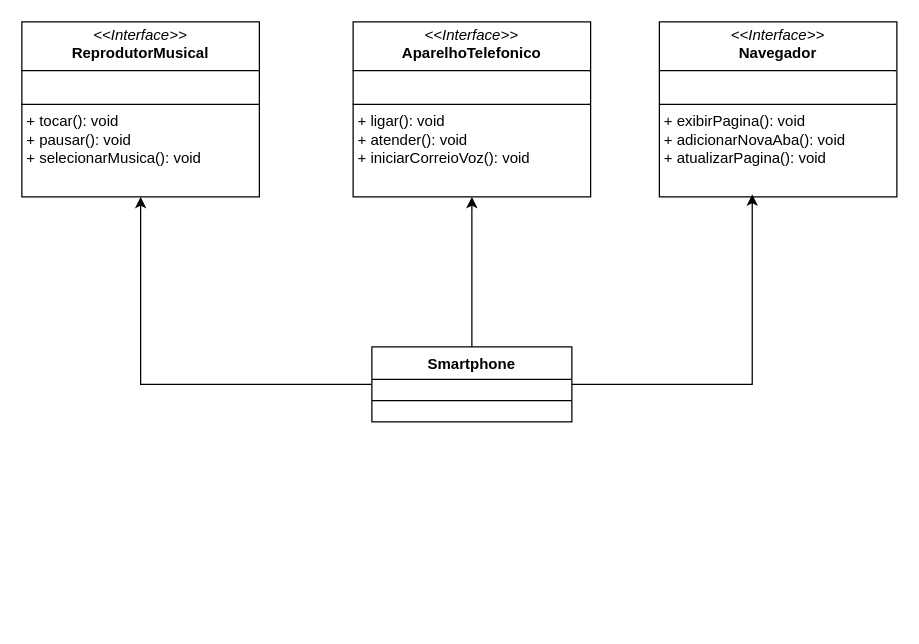
Before: Desafio_DIO.drawio in Deborah-Baliellas/desafio_DIO_iphone, a draw.io diagram. Source tidied: cells renumbered, new cells numbered last; positions are measured from the earlier drawing's top-left corner, leaving out a move shared by most shapes. Both pictures are drawn from the tidied source at 125%, with x=0, y=0 at pixel (21, 21).
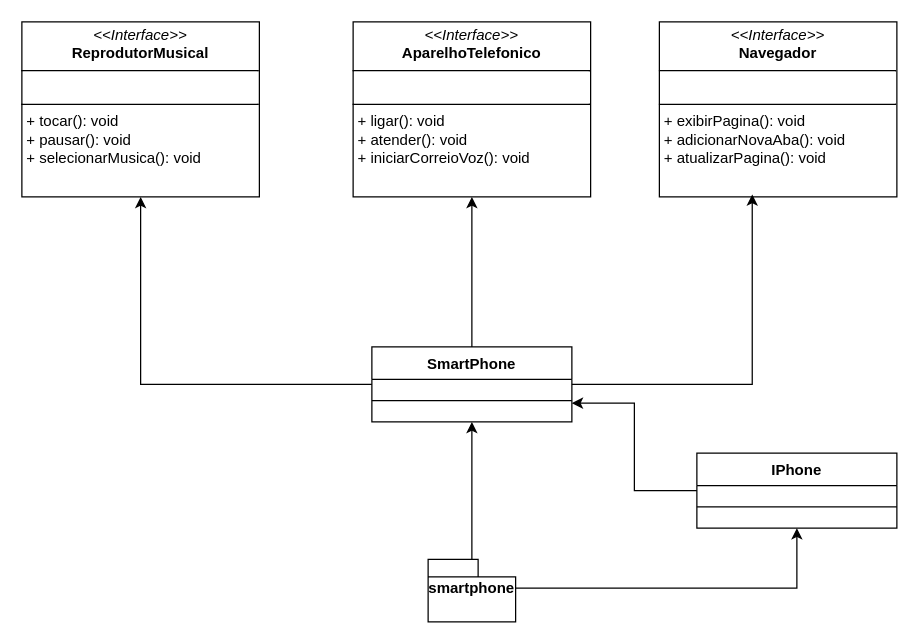
Above is the later version.

The edit, as a diff of the source:
```diff
@@
 <mxGraphModel>
   <root>
     <mxCell id="0" />
     <mxCell id="1" parent="0" />
     <mxCell id="2" value="&lt;p style=&quot;margin:0px;margin-top:4px;text-align:center;&quot;&gt;&lt;i&gt;&amp;lt;&amp;lt;Interface&amp;gt;&amp;gt;&lt;/i&gt;&lt;br&gt;&lt;b&gt;ReprodutorMusical&lt;/b&gt;&lt;/p&gt;&lt;hr size=&quot;1&quot; style=&quot;border-style:solid;&quot;&gt;&lt;p style=&quot;margin:0px;margin-left:4px;&quot;&gt;&lt;br&gt;&lt;/p&gt;&lt;hr size=&quot;1&quot; style=&quot;border-style:solid;&quot;&gt;&lt;p style=&quot;margin:0px;margin-left:4px;&quot;&gt;+ tocar(): void&lt;br&gt;+ pausar(): void&lt;/p&gt;&lt;p style=&quot;margin:0px;margin-left:4px;&quot;&gt;+ selecionarMusica(): void&lt;/p&gt;" style="verticalAlign=top;align=left;overflow=fill;html=1;whiteSpace=wrap;" parent="1" vertex="1">
       <mxGeometry width="190" height="140" as="geometry" />
     </mxCell>
     <mxCell id="3" value="&lt;p style=&quot;margin:0px;margin-top:4px;text-align:center;&quot;&gt;&lt;i&gt;&amp;lt;&amp;lt;Interface&amp;gt;&amp;gt;&lt;/i&gt;&lt;br&gt;&lt;b&gt;AparelhoTelefonico&lt;/b&gt;&lt;br&gt;&lt;/p&gt;&lt;hr size=&quot;1&quot; style=&quot;border-style:solid;&quot;&gt;&lt;p style=&quot;margin:0px;margin-left:4px;&quot;&gt;&lt;br&gt;&lt;/p&gt;&lt;hr size=&quot;1&quot; style=&quot;border-style:solid;&quot;&gt;&lt;p style=&quot;margin:0px;margin-left:4px;&quot;&gt;+ ligar(): void&lt;br&gt;+ atender(): void&lt;/p&gt;&lt;p style=&quot;margin:0px;margin-left:4px;&quot;&gt;+ iniciarCorreioVoz(): void&lt;br&gt;&lt;/p&gt;" style="verticalAlign=top;align=left;overflow=fill;html=1;whiteSpace=wrap;" parent="1" vertex="1">
       <mxGeometry x="265" width="190" height="140" as="geometry" />
     </mxCell>
     <mxCell id="4" value="&lt;p style=&quot;margin:0px;margin-top:4px;text-align:center;&quot;&gt;&lt;i&gt;&amp;lt;&amp;lt;Interface&amp;gt;&amp;gt;&lt;/i&gt;&lt;br&gt;&lt;b&gt;Navegador&lt;/b&gt;&lt;br&gt;&lt;/p&gt;&lt;hr size=&quot;1&quot; style=&quot;border-style:solid;&quot;&gt;&lt;p style=&quot;margin:0px;margin-left:4px;&quot;&gt;&lt;br&gt;&lt;/p&gt;&lt;hr size=&quot;1&quot; style=&quot;border-style:solid;&quot;&gt;&lt;p style=&quot;margin: 0px 0px 0px 4px;&quot;&gt;+ exibirPagina(): void&lt;br&gt;+ adicionarNovaAba(): void&lt;/p&gt;&lt;p style=&quot;margin: 0px 0px 0px 4px;&quot;&gt;+ atualizarPagina(): void&lt;/p&gt;" style="verticalAlign=top;align=left;overflow=fill;html=1;whiteSpace=wrap;" parent="1" vertex="1">
       <mxGeometry x="510" width="190" height="140" as="geometry" />
     </mxCell>
     <mxCell id="5" style="edgeStyle=orthogonalEdgeStyle;rounded=0;jettySize=auto;html=1;exitX=0;exitY=0.5;exitDx=0;exitDy=0;" parent="1" edge="1" source="8" target="2">
       <mxGeometry relative="1" as="geometry" />
     </mxCell>
     <mxCell id="6" style="edgeStyle=orthogonalEdgeStyle;rounded=0;jettySize=auto;html=1;entryX=0.391;entryY=0.986;entryDx=0;entryDy=0;entryPerimeter=0;exitX=1;exitY=0.5;exitDx=0;exitDy=0;" parent="1" edge="1" source="8" target="4">
       <mxGeometry relative="1" as="geometry" />
     </mxCell>
     <mxCell id="7" style="edgeStyle=orthogonalEdgeStyle;rounded=0;jettySize=auto;html=1;exitX=0.5;exitY=0;exitDx=0;exitDy=0;exitPerimeter=0;" parent="1" edge="1" source="8" target="3">
       <mxGeometry relative="1" as="geometry" />
     </mxCell>
-    <mxCell id="8" value="Smartphone" style="swimlane;fontStyle=1;align=center;verticalAlign=top;horizontal=1;startSize=26;whiteSpace=wrap;html=1;" parent="1" vertex="1">
+    <mxCell id="8" value="SmartPhone" style="swimlane;fontStyle=1;align=center;verticalAlign=top;horizontal=1;startSize=26;whiteSpace=wrap;html=1;" parent="1" vertex="1">
       <mxGeometry x="280" y="260" width="160" height="60" as="geometry" />
     </mxCell>
     <mxCell id="9" style="line;strokeWidth=1;fillColor=none;align=left;verticalAlign=middle;spacingTop=-1;spacingLeft=3;spacingRight=3;labelPosition=right;strokeColor=inherit;" parent="8" vertex="1">
       <mxGeometry y="26" width="160" height="34" as="geometry" />
     </mxCell>
+    <mxCell id="10" style="edgeStyle=orthogonalEdgeStyle;rounded=0;jettySize=auto;html=1;entryX=0.5;entryY=1;entryDx=0;entryDy=0;" parent="1" edge="1" source="12" target="8">
+      <mxGeometry relative="1" as="geometry" />
+    </mxCell>
+    <mxCell id="11" style="edgeStyle=orthogonalEdgeStyle;rounded=0;jettySize=auto;html=1;exitX=0;exitY=0;exitDx=70;exitDy=23;exitPerimeter=0;entryX=0.5;entryY=1;entryDx=0;entryDy=0;" parent="1" edge="1" source="12" target="14">
+      <mxGeometry relative="1" as="geometry" />
+    </mxCell>
+    <mxCell id="12" value="smartphone&lt;div&gt;&lt;br&gt;&lt;/div&gt;" style="shape=folder;fontStyle=1;spacingTop=10;tabWidth=40;tabHeight=14;tabPosition=left;html=1;whiteSpace=wrap;" parent="1" vertex="1">
+      <mxGeometry x="325" y="430" width="70" height="50" as="geometry" />
+    </mxCell>
+    <mxCell id="13" style="edgeStyle=orthogonalEdgeStyle;rounded=0;jettySize=auto;html=1;entryX=1;entryY=0.75;entryDx=0;entryDy=0;" parent="1" edge="1" source="14" target="8">
+      <mxGeometry relative="1" as="geometry" />
+    </mxCell>
+    <mxCell id="14" value="IPhone" style="swimlane;fontStyle=1;align=center;verticalAlign=top;horizontal=1;startSize=26;whiteSpace=wrap;html=1;" parent="1" vertex="1">
+      <mxGeometry x="540" y="345" width="160" height="60" as="geometry" />
+    </mxCell>
+    <mxCell id="15" style="line;strokeWidth=1;fillColor=none;align=left;verticalAlign=middle;spacingTop=-1;spacingLeft=3;spacingRight=3;labelPosition=right;strokeColor=inherit;" parent="14" vertex="1">
+      <mxGeometry y="26" width="160" height="34" as="geometry" />
+    </mxCell>
   </root>
 </mxGraphModel>
```
